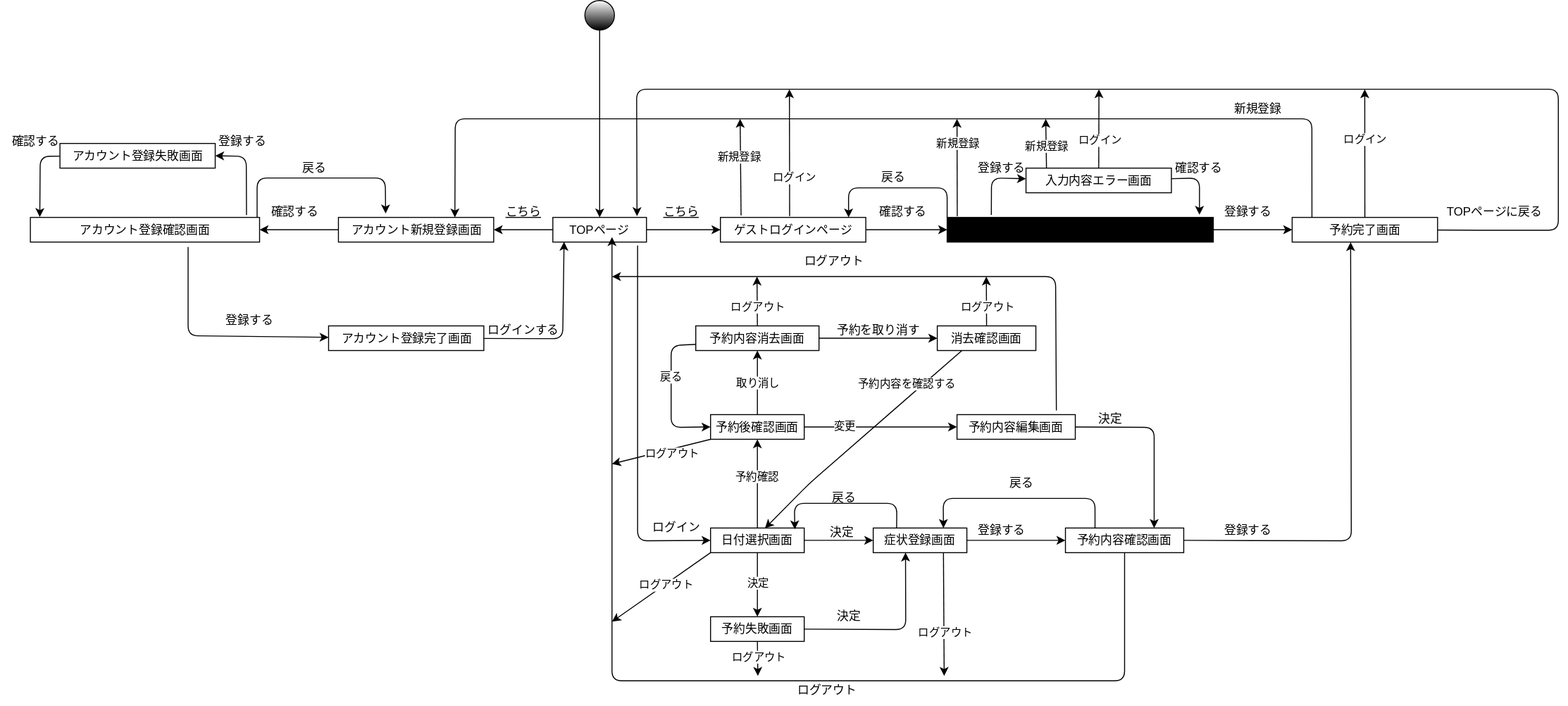
This is pj.drawio.svg from sakamotoshuri/uml_introduction, a draw.io export, as it was before one commit. Source tidied: cells renumbered, new cells last; positions are measured from the earlier drawing's top-left corner, leaving out a move shared by most shapes.
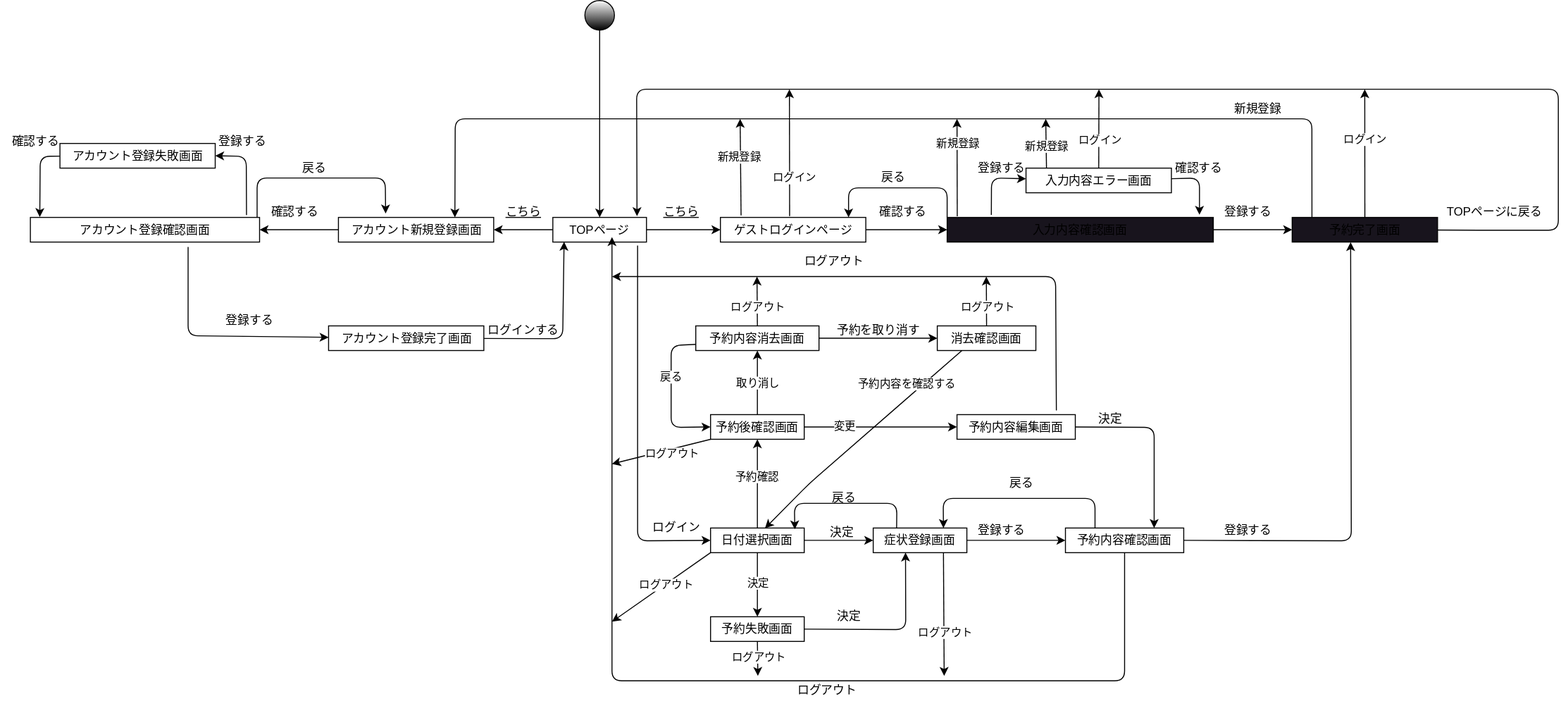
The same diagram one commit later.

The edit, as a diff of the source:
```diff
@@ -93,7 +93,7 @@
     <mxCell id="20" value="新規登録" style="edgeLabel;html=1;align=center;verticalAlign=middle;" parent="19" vertex="1">
       <mxGeometry x="0.5" relative="1" as="geometry" />
     </mxCell>
-    <mxCell id="21" value="入力内容確認画面" style="whiteSpace=wrap;html=1;gradientColor=none;fillColor=#000000;" parent="1" vertex="1">
+    <mxCell id="21" value="入力内容確認画面" style="whiteSpace=wrap;html=1;gradientColor=none;fillColor=#18141D;" parent="1" vertex="1">
       <mxGeometry x="960" y="220" width="270" height="25" as="geometry" />
     </mxCell>
     <mxCell id="22" value="&lt;u&gt;こちら&lt;/u&gt;" style="text;html=1;align=center;verticalAlign=middle;strokeColor=none;fillColor=none;" parent="1" vertex="1">
@@ -128,7 +128,7 @@
         </Array>
       </mxGeometry>
     </mxCell>
-    <mxCell id="28" value="予約完了画面" style="whiteSpace=wrap;html=1;gradientColor=none;" parent="1" vertex="1">
+    <mxCell id="28" value="予約完了画面" style="whiteSpace=wrap;html=1;gradientColor=none;fillColor=#18141D;" parent="1" vertex="1">
       <mxGeometry x="1310" y="220" width="147.5" height="25" as="geometry" />
     </mxCell>
     <mxCell id="29" value="登録する" style="text;html=1;align=center;verticalAlign=middle;strokeColor=none;fillColor=none;" parent="1" vertex="1">
```
